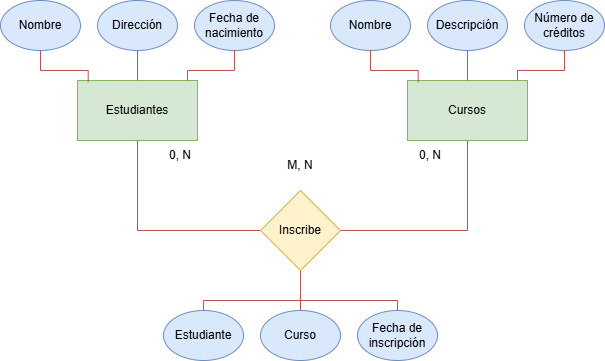
Earlier version of the draw.io export db/design/sheet01/ex03/Ex03-Sistema_de_gestion_escolar.png (miguel20241/bootcamp_java). Source tidied: cells renumbered, new cells last; positions are measured from the earlier drawing's top-left corner, leaving out a move shared by most shapes. Source of this version:
```xml
<mxGraphModel background="#FFFFFF">
  <root>
    <mxCell id="0" />
    <mxCell id="1" parent="0" />
    <mxCell id="2" value="Estudiantes" style="rounded=0;whiteSpace=wrap;html=1;fillColor=#d5e8d4;strokeColor=#82b366;" parent="1" vertex="1">
      <mxGeometry x="77" y="80" width="120" height="60" as="geometry" />
    </mxCell>
    <mxCell id="3" style="edgeStyle=orthogonalEdgeStyle;rounded=0;jettySize=auto;html=1;endArrow=none;endFill=0;fillColor=#f8cecc;strokeColor=#b85450;" parent="1" edge="1" source="4" target="2">
      <mxGeometry relative="1" as="geometry" />
    </mxCell>
    <mxCell id="4" value="Dirección" style="ellipse;whiteSpace=wrap;html=1;fillColor=#dae8fc;strokeColor=#6c8ebf;" parent="1" vertex="1">
      <mxGeometry x="97" width="80" height="50" as="geometry" />
    </mxCell>
    <mxCell id="5" value="Fecha de nacimiento" style="ellipse;whiteSpace=wrap;html=1;fillColor=#dae8fc;strokeColor=#6c8ebf;" parent="1" vertex="1">
      <mxGeometry x="194" width="80" height="50" as="geometry" />
    </mxCell>
    <mxCell id="6" value="Nombre" style="ellipse;whiteSpace=wrap;html=1;fillColor=#dae8fc;strokeColor=#6c8ebf;" parent="1" vertex="1">
      <mxGeometry width="80" height="50" as="geometry" />
    </mxCell>
    <mxCell id="7" style="edgeStyle=orthogonalEdgeStyle;rounded=0;jettySize=auto;html=1;entryX=0.089;entryY=0.028;entryDx=0;entryDy=0;entryPerimeter=0;endArrow=none;endFill=0;fillColor=#f8cecc;strokeColor=#b85450;" parent="1" edge="1" source="6" target="2">
      <mxGeometry relative="1" as="geometry" />
    </mxCell>
    <mxCell id="8" style="edgeStyle=orthogonalEdgeStyle;rounded=0;jettySize=auto;html=1;entryX=0.917;entryY=0;entryDx=0;entryDy=0;entryPerimeter=0;endArrow=none;endFill=0;fillColor=#f8cecc;strokeColor=#b85450;" parent="1" edge="1" source="5" target="2">
      <mxGeometry relative="1" as="geometry" />
    </mxCell>
    <mxCell id="9" value="Cursos" style="rounded=0;whiteSpace=wrap;html=1;fillColor=#d5e8d4;strokeColor=#82b366;" parent="1" vertex="1">
      <mxGeometry x="407" y="80" width="120" height="60" as="geometry" />
    </mxCell>
    <mxCell id="10" style="edgeStyle=orthogonalEdgeStyle;rounded=0;jettySize=auto;html=1;endArrow=none;endFill=0;fillColor=#f8cecc;strokeColor=#b85450;" parent="1" edge="1" source="11" target="9">
      <mxGeometry relative="1" as="geometry" />
    </mxCell>
    <mxCell id="11" value="Descripción" style="ellipse;whiteSpace=wrap;html=1;fillColor=#dae8fc;strokeColor=#6c8ebf;" parent="1" vertex="1">
      <mxGeometry x="427" width="80" height="50" as="geometry" />
    </mxCell>
    <mxCell id="12" value="Número de créditos" style="ellipse;whiteSpace=wrap;html=1;fillColor=#dae8fc;strokeColor=#6c8ebf;" parent="1" vertex="1">
      <mxGeometry x="524" width="80" height="50" as="geometry" />
    </mxCell>
    <mxCell id="13" value="Nombre" style="ellipse;whiteSpace=wrap;html=1;fillColor=#dae8fc;strokeColor=#6c8ebf;" parent="1" vertex="1">
      <mxGeometry x="330" width="80" height="50" as="geometry" />
    </mxCell>
    <mxCell id="14" style="edgeStyle=orthogonalEdgeStyle;rounded=0;jettySize=auto;html=1;entryX=0.089;entryY=0.028;entryDx=0;entryDy=0;entryPerimeter=0;endArrow=none;endFill=0;fillColor=#f8cecc;strokeColor=#b85450;" parent="1" edge="1" source="13" target="9">
      <mxGeometry relative="1" as="geometry" />
    </mxCell>
    <mxCell id="15" style="edgeStyle=orthogonalEdgeStyle;rounded=0;jettySize=auto;html=1;entryX=0.917;entryY=0;entryDx=0;entryDy=0;entryPerimeter=0;endArrow=none;endFill=0;fillColor=#f8cecc;strokeColor=#b85450;" parent="1" edge="1" source="12" target="9">
      <mxGeometry relative="1" as="geometry" />
    </mxCell>
    <mxCell id="16" style="edgeStyle=orthogonalEdgeStyle;rounded=0;jettySize=auto;html=1;entryX=0.5;entryY=1;entryDx=0;entryDy=0;exitX=0;exitY=0.5;exitDx=0;exitDy=0;endArrow=none;endFill=0;fillColor=#f8cecc;strokeColor=#b85450;" parent="1" edge="1" source="26" target="2">
      <mxGeometry relative="1" as="geometry" />
    </mxCell>
    <mxCell id="17" style="edgeStyle=orthogonalEdgeStyle;rounded=0;jettySize=auto;html=1;endArrow=none;endFill=0;fillColor=#f8cecc;strokeColor=#b85450;entryX=0.5;entryY=1;entryDx=0;entryDy=0;exitX=1;exitY=0.5;exitDx=0;exitDy=0;" parent="1" edge="1" source="26" target="9">
      <mxGeometry relative="1" as="geometry" />
    </mxCell>
    <mxCell id="18" style="edgeStyle=orthogonalEdgeStyle;rounded=0;jettySize=auto;html=1;entryX=0.5;entryY=1;entryDx=0;entryDy=0;endArrow=none;endFill=0;fillColor=#f8cecc;strokeColor=#b85450;" parent="1" edge="1" source="19" target="26">
      <mxGeometry relative="1" as="geometry" />
    </mxCell>
    <mxCell id="19" value="Curso" style="ellipse;whiteSpace=wrap;html=1;fillColor=#dae8fc;strokeColor=#6c8ebf;" parent="1" vertex="1">
      <mxGeometry x="260" y="310" width="80" height="50" as="geometry" />
    </mxCell>
    <mxCell id="20" value="Fecha de inscripción" style="ellipse;whiteSpace=wrap;html=1;fillColor=#dae8fc;strokeColor=#6c8ebf;" parent="1" vertex="1">
      <mxGeometry x="357" y="310" width="80" height="50" as="geometry" />
    </mxCell>
    <mxCell id="21" value="Estudiante" style="ellipse;whiteSpace=wrap;html=1;fillColor=#dae8fc;strokeColor=#6c8ebf;" parent="1" vertex="1">
      <mxGeometry x="163" y="310" width="80" height="50" as="geometry" />
    </mxCell>
    <mxCell id="22" style="edgeStyle=orthogonalEdgeStyle;rounded=0;jettySize=auto;html=1;entryX=0.5;entryY=1;entryDx=0;entryDy=0;endArrow=none;endFill=0;fillColor=#f8cecc;strokeColor=#b85450;" parent="1" edge="1" source="21" target="26">
      <mxGeometry relative="1" as="geometry">
        <Array as="points">
          <mxPoint x="203" y="300" />
          <mxPoint x="300" y="300" />
        </Array>
      </mxGeometry>
    </mxCell>
    <mxCell id="23" style="edgeStyle=orthogonalEdgeStyle;rounded=0;jettySize=auto;html=1;entryX=0.5;entryY=1;entryDx=0;entryDy=0;endArrow=none;endFill=0;fillColor=#f8cecc;strokeColor=#b85450;" parent="1" edge="1" source="20" target="26">
      <mxGeometry relative="1" as="geometry">
        <Array as="points">
          <mxPoint x="397" y="300" />
          <mxPoint x="300" y="300" />
        </Array>
      </mxGeometry>
    </mxCell>
    <mxCell id="24" value="0, N" style="text;html=1;align=center;verticalAlign=middle;whiteSpace=wrap;rounded=0;" parent="1" vertex="1">
      <mxGeometry x="150" y="140" width="60" height="30" as="geometry" />
    </mxCell>
    <mxCell id="25" value="0, N" style="text;html=1;align=center;verticalAlign=middle;whiteSpace=wrap;rounded=0;" parent="1" vertex="1">
      <mxGeometry x="400" y="140" width="60" height="30" as="geometry" />
    </mxCell>
    <mxCell id="26" value="Inscribe" style="rhombus;whiteSpace=wrap;html=1;fillColor=#fff2cc;strokeColor=#d6b656;" parent="1" vertex="1">
      <mxGeometry x="260" y="190" width="80" height="80" as="geometry" />
    </mxCell>
    <mxCell id="27" value="M, N" style="text;html=1;align=center;verticalAlign=middle;whiteSpace=wrap;rounded=0;" parent="1" vertex="1">
      <mxGeometry x="270" y="150" width="60" height="30" as="geometry" />
    </mxCell>
  </root>
</mxGraphModel>
```
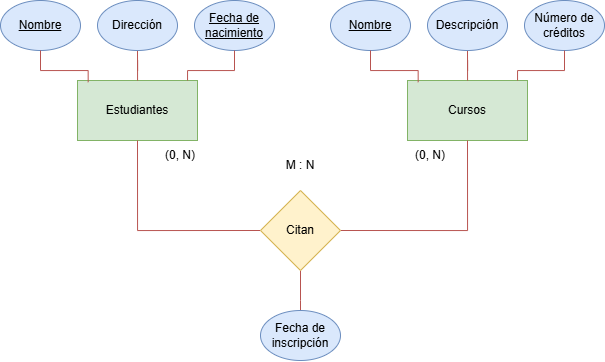
After the change.

What changed in the source:
```diff
@@ -8,13 +8,13 @@
     <mxCell id="3" style="edgeStyle=orthogonalEdgeStyle;rounded=0;jettySize=auto;html=1;endArrow=none;endFill=0;fillColor=#f8cecc;strokeColor=#b85450;" parent="1" edge="1" source="4" target="2">
       <mxGeometry relative="1" as="geometry" />
     </mxCell>
-    <mxCell id="4" value="Dirección" style="ellipse;whiteSpace=wrap;html=1;fillColor=#dae8fc;strokeColor=#6c8ebf;" parent="1" vertex="1">
+    <mxCell id="4" value="Dirección" style="ellipse;whiteSpace=wrap;html=1;fillColor=#dae8fc;strokeColor=#6c8ebf;fontStyle=0;" parent="1" vertex="1">
       <mxGeometry x="97" width="80" height="50" as="geometry" />
     </mxCell>
-    <mxCell id="5" value="Fecha de nacimiento" style="ellipse;whiteSpace=wrap;html=1;fillColor=#dae8fc;strokeColor=#6c8ebf;" parent="1" vertex="1">
+    <mxCell id="5" value="Fecha de nacimiento" style="ellipse;whiteSpace=wrap;html=1;fillColor=#dae8fc;strokeColor=#6c8ebf;fontStyle=4;" parent="1" vertex="1">
       <mxGeometry x="194" width="80" height="50" as="geometry" />
     </mxCell>
-    <mxCell id="6" value="Nombre" style="ellipse;whiteSpace=wrap;html=1;fillColor=#dae8fc;strokeColor=#6c8ebf;" parent="1" vertex="1">
+    <mxCell id="6" value="Nombre" style="ellipse;whiteSpace=wrap;html=1;fillColor=#dae8fc;strokeColor=#6c8ebf;fontStyle=4;" parent="1" vertex="1">
       <mxGeometry width="80" height="50" as="geometry" />
     </mxCell>
     <mxCell id="7" style="edgeStyle=orthogonalEdgeStyle;rounded=0;jettySize=auto;html=1;entryX=0.089;entryY=0.028;entryDx=0;entryDy=0;entryPerimeter=0;endArrow=none;endFill=0;fillColor=#f8cecc;strokeColor=#b85450;" parent="1" edge="1" source="6" target="2">
@@ -32,10 +32,10 @@
     <mxCell id="11" value="Descripción" style="ellipse;whiteSpace=wrap;html=1;fillColor=#dae8fc;strokeColor=#6c8ebf;" parent="1" vertex="1">
       <mxGeometry x="427" width="80" height="50" as="geometry" />
     </mxCell>
-    <mxCell id="12" value="Número de créditos" style="ellipse;whiteSpace=wrap;html=1;fillColor=#dae8fc;strokeColor=#6c8ebf;" parent="1" vertex="1">
+    <mxCell id="12" value="Número de créditos" style="ellipse;whiteSpace=wrap;html=1;fillColor=#dae8fc;strokeColor=#6c8ebf;fontStyle=0;" parent="1" vertex="1">
       <mxGeometry x="524" width="80" height="50" as="geometry" />
     </mxCell>
-    <mxCell id="13" value="Nombre" style="ellipse;whiteSpace=wrap;html=1;fillColor=#dae8fc;strokeColor=#6c8ebf;" parent="1" vertex="1">
+    <mxCell id="13" value="Nombre" style="ellipse;whiteSpace=wrap;html=1;fillColor=#dae8fc;strokeColor=#6c8ebf;fontStyle=4;" parent="1" vertex="1">
       <mxGeometry x="330" width="80" height="50" as="geometry" />
     </mxCell>
     <mxCell id="14" style="edgeStyle=orthogonalEdgeStyle;rounded=0;jettySize=auto;html=1;entryX=0.089;entryY=0.028;entryDx=0;entryDy=0;entryPerimeter=0;endArrow=none;endFill=0;fillColor=#f8cecc;strokeColor=#b85450;" parent="1" edge="1" source="13" target="9">
@@ -50,44 +50,27 @@
     <mxCell id="17" style="edgeStyle=orthogonalEdgeStyle;rounded=0;jettySize=auto;html=1;endArrow=none;endFill=0;fillColor=#f8cecc;strokeColor=#b85450;entryX=0.5;entryY=1;entryDx=0;entryDy=0;exitX=1;exitY=0.5;exitDx=0;exitDy=0;" parent="1" edge="1" source="26" target="9">
       <mxGeometry relative="1" as="geometry" />
     </mxCell>
-    <mxCell id="18" style="edgeStyle=orthogonalEdgeStyle;rounded=0;jettySize=auto;html=1;entryX=0.5;entryY=1;entryDx=0;entryDy=0;endArrow=none;endFill=0;fillColor=#f8cecc;strokeColor=#b85450;" parent="1" edge="1" source="19" target="26">
-      <mxGeometry relative="1" as="geometry" />
+    <mxCell id="18" style="edgeStyle=orthogonalEdgeStyle;rounded=0;jettySize=auto;html=1;entryX=0.5;entryY=1;entryDx=0;entryDy=0;endArrow=none;endFill=0;fillColor=#f8cecc;strokeColor=#b85450;exitX=0.5;exitY=0;exitDx=0;exitDy=0;" parent="1" edge="1" source="21" target="26">
+      <mxGeometry relative="1" as="geometry">
+        <Array as="points">
+          <mxPoint x="300" y="300" />
+          <mxPoint x="300" y="300" />
+        </Array>
+      </mxGeometry>
     </mxCell>
-    <mxCell id="19" value="Curso" style="ellipse;whiteSpace=wrap;html=1;fillColor=#dae8fc;strokeColor=#6c8ebf;" parent="1" vertex="1">
-      <mxGeometry x="260" y="310" width="80" height="50" as="geometry" />
-    </mxCell>
-    <mxCell id="20" value="Fecha de inscripción" style="ellipse;whiteSpace=wrap;html=1;fillColor=#dae8fc;strokeColor=#6c8ebf;" parent="1" vertex="1">
-      <mxGeometry x="357" y="310" width="80" height="50" as="geometry" />
-    </mxCell>
-    <mxCell id="21" value="Estudiante" style="ellipse;whiteSpace=wrap;html=1;fillColor=#dae8fc;strokeColor=#6c8ebf;" parent="1" vertex="1">
-      <mxGeometry x="163" y="310" width="80" height="50" as="geometry" />
+    <mxCell id="21" value="Fecha de inscripción" style="ellipse;whiteSpace=wrap;html=1;fillColor=#dae8fc;strokeColor=#6c8ebf;" parent="1" vertex="1">
+      <mxGeometry x="260" y="310" width="80" height="50" as="geometry" />
     </mxCell>
-    <mxCell id="22" style="edgeStyle=orthogonalEdgeStyle;rounded=0;jettySize=auto;html=1;entryX=0.5;entryY=1;entryDx=0;entryDy=0;endArrow=none;endFill=0;fillColor=#f8cecc;strokeColor=#b85450;" parent="1" edge="1" source="21" target="26">
-      <mxGeometry relative="1" as="geometry">
-        <Array as="points">
-          <mxPoint x="203" y="300" />
-          <mxPoint x="300" y="300" />
-        </Array>
-      </mxGeometry>
-    </mxCell>
-    <mxCell id="23" style="edgeStyle=orthogonalEdgeStyle;rounded=0;jettySize=auto;html=1;entryX=0.5;entryY=1;entryDx=0;entryDy=0;endArrow=none;endFill=0;fillColor=#f8cecc;strokeColor=#b85450;" parent="1" edge="1" source="20" target="26">
-      <mxGeometry relative="1" as="geometry">
-        <Array as="points">
-          <mxPoint x="397" y="300" />
-          <mxPoint x="300" y="300" />
-        </Array>
-      </mxGeometry>
-    </mxCell>
-    <mxCell id="24" value="0, N" style="text;html=1;align=center;verticalAlign=middle;whiteSpace=wrap;rounded=0;" parent="1" vertex="1">
+    <mxCell id="24" value="(0, N)" style="text;html=1;align=center;verticalAlign=middle;whiteSpace=wrap;rounded=0;" parent="1" vertex="1">
       <mxGeometry x="150" y="140" width="60" height="30" as="geometry" />
     </mxCell>
-    <mxCell id="25" value="0, N" style="text;html=1;align=center;verticalAlign=middle;whiteSpace=wrap;rounded=0;" parent="1" vertex="1">
+    <mxCell id="25" value="(0, N)" style="text;html=1;align=center;verticalAlign=middle;whiteSpace=wrap;rounded=0;" parent="1" vertex="1">
       <mxGeometry x="400" y="140" width="60" height="30" as="geometry" />
     </mxCell>
-    <mxCell id="26" value="Inscribe" style="rhombus;whiteSpace=wrap;html=1;fillColor=#fff2cc;strokeColor=#d6b656;" parent="1" vertex="1">
+    <mxCell id="26" value="Citan" style="rhombus;whiteSpace=wrap;html=1;fillColor=#fff2cc;strokeColor=#d6b656;" parent="1" vertex="1">
       <mxGeometry x="260" y="190" width="80" height="80" as="geometry" />
     </mxCell>
-    <mxCell id="27" value="M, N" style="text;html=1;align=center;verticalAlign=middle;whiteSpace=wrap;rounded=0;" parent="1" vertex="1">
+    <mxCell id="27" value="M : N" style="text;html=1;align=center;verticalAlign=middle;whiteSpace=wrap;rounded=0;" parent="1" vertex="1">
       <mxGeometry x="270" y="150" width="60" height="30" as="geometry" />
     </mxCell>
   </root>
```
